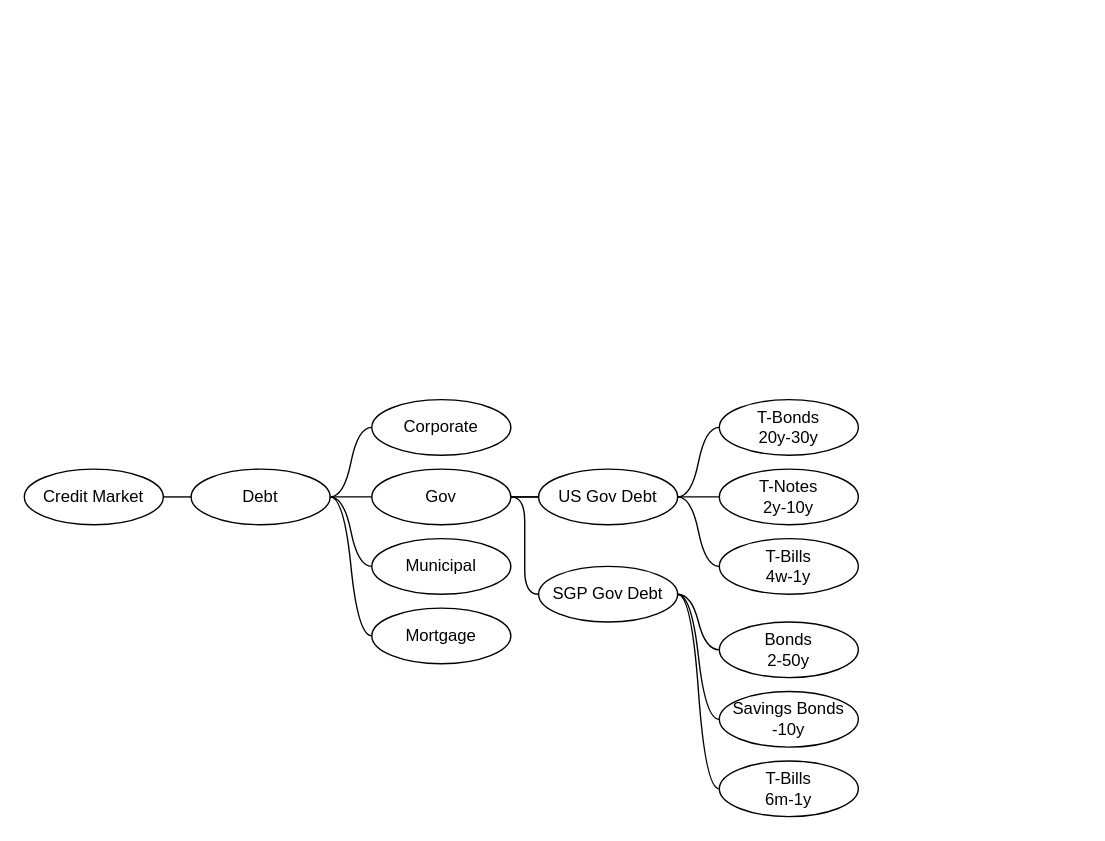
This is source/fe/EquityDerivatives.drawio from haymant/quanotes, a draw.io file, before an edit. Source tidied: cells renumbered, new cells numbered last; positions are measured from the earlier drawing's top-left corner, leaving out a move shared by most shapes. Both pictures are drawn from the tidied source at 139%, with x=0, y=0 at pixel (24, 399).
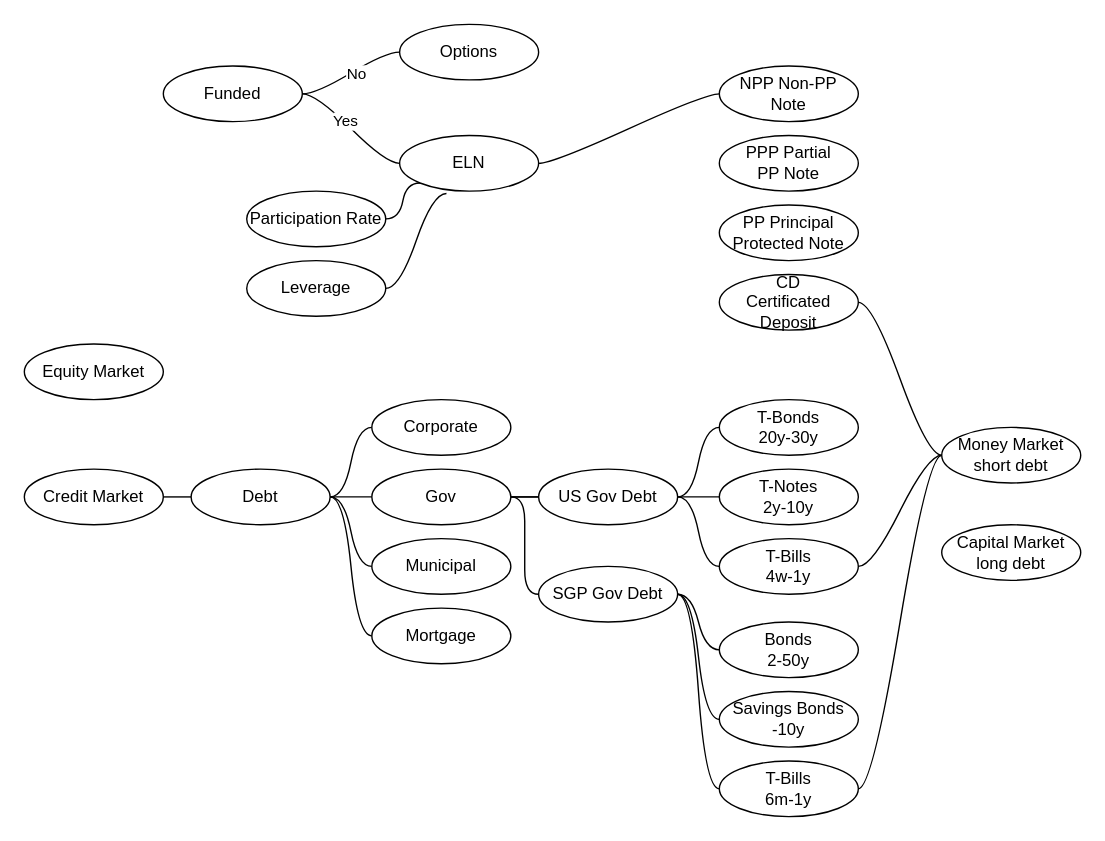
Above is the later version.

The change refers to these unchanged cells:
```xml
<mxCell id="8" value="T-Bills&lt;br&gt;4w-1y" style="ellipse;whiteSpace=wrap;html=1;align=center;newEdgeStyle={&quot;edgeStyle&quot;:&quot;entityRelationEdgeStyle&quot;,&quot;startArrow&quot;:&quot;none&quot;,&quot;endArrow&quot;:&quot;none&quot;,&quot;segment&quot;:10,&quot;curved&quot;:1,&quot;sourcePerimeterSpacing&quot;:0,&quot;targetPerimeterSpacing&quot;:0};" parent="1" vertex="1">
  <mxGeometry x="500" y="100" width="100" height="40" as="geometry" />
</mxCell>
<mxCell id="29" value="T-Bills&lt;br&gt;6m-1y" style="ellipse;whiteSpace=wrap;html=1;align=center;newEdgeStyle={&quot;edgeStyle&quot;:&quot;entityRelationEdgeStyle&quot;,&quot;startArrow&quot;:&quot;none&quot;,&quot;endArrow&quot;:&quot;none&quot;,&quot;segment&quot;:10,&quot;curved&quot;:1,&quot;sourcePerimeterSpacing&quot;:0,&quot;targetPerimeterSpacing&quot;:0};" parent="1" vertex="1">
  <mxGeometry x="500" y="260" width="100" height="40" as="geometry" />
</mxCell>
```

Diff of the diagram source:
```diff
@@
+    <mxCell id="30" value="Equity Market" style="ellipse;whiteSpace=wrap;html=1;align=center;newEdgeStyle={&quot;edgeStyle&quot;:&quot;entityRelationEdgeStyle&quot;,&quot;startArrow&quot;:&quot;none&quot;,&quot;endArrow&quot;:&quot;none&quot;,&quot;segment&quot;:10,&quot;curved&quot;:1,&quot;sourcePerimeterSpacing&quot;:0,&quot;targetPerimeterSpacing&quot;:0};" parent="1" vertex="1">
+      <mxGeometry y="-40" width="100" height="40" as="geometry" />
+    </mxCell>
+    <mxCell id="31" style="edgeStyle=entityRelationEdgeStyle;rounded=0;jettySize=auto;html=1;startArrow=none;endArrow=none;segment=10;curved=1;sourcePerimeterSpacing=0;targetPerimeterSpacing=0;entryX=1;entryY=0.5;entryDx=0;entryDy=0;" parent="1" edge="1" source="34" target="8">
+      <mxGeometry relative="1" as="geometry" />
+    </mxCell>
+    <mxCell id="32" style="edgeStyle=entityRelationEdgeStyle;rounded=0;jettySize=auto;html=1;startArrow=none;endArrow=none;segment=10;curved=1;sourcePerimeterSpacing=0;targetPerimeterSpacing=0;entryX=1;entryY=0.5;entryDx=0;entryDy=0;" parent="1" edge="1" source="34" target="29">
+      <mxGeometry relative="1" as="geometry" />
+    </mxCell>
+    <mxCell id="33" style="edgeStyle=entityRelationEdgeStyle;rounded=0;jettySize=auto;html=1;startArrow=none;endArrow=none;segment=10;curved=1;sourcePerimeterSpacing=0;targetPerimeterSpacing=0;" parent="1" edge="1" source="34" target="36">
+      <mxGeometry relative="1" as="geometry" />
+    </mxCell>
+    <mxCell id="34" value="Money Market&lt;br&gt;short debt" style="ellipse;whiteSpace=wrap;html=1;align=center;newEdgeStyle={&quot;edgeStyle&quot;:&quot;entityRelationEdgeStyle&quot;,&quot;startArrow&quot;:&quot;none&quot;,&quot;endArrow&quot;:&quot;none&quot;,&quot;segment&quot;:10,&quot;curved&quot;:1,&quot;sourcePerimeterSpacing&quot;:0,&quot;targetPerimeterSpacing&quot;:0};" parent="1" vertex="1">
+      <mxGeometry x="660" y="20" width="100" height="40" as="geometry" />
+    </mxCell>
+    <mxCell id="35" value="Capital Market&lt;br&gt;long debt" style="ellipse;whiteSpace=wrap;html=1;align=center;newEdgeStyle={&quot;edgeStyle&quot;:&quot;entityRelationEdgeStyle&quot;,&quot;startArrow&quot;:&quot;none&quot;,&quot;endArrow&quot;:&quot;none&quot;,&quot;segment&quot;:10,&quot;curved&quot;:1,&quot;sourcePerimeterSpacing&quot;:0,&quot;targetPerimeterSpacing&quot;:0};" parent="1" vertex="1">
+      <mxGeometry x="660" y="90" width="100" height="40" as="geometry" />
+    </mxCell>
+    <mxCell id="36" value="CD&lt;br&gt;Certificated Deposit" style="ellipse;whiteSpace=wrap;html=1;align=center;newEdgeStyle={&quot;edgeStyle&quot;:&quot;entityRelationEdgeStyle&quot;,&quot;startArrow&quot;:&quot;none&quot;,&quot;endArrow&quot;:&quot;none&quot;,&quot;segment&quot;:10,&quot;curved&quot;:1,&quot;sourcePerimeterSpacing&quot;:0,&quot;targetPerimeterSpacing&quot;:0};" parent="1" vertex="1">
+      <mxGeometry x="500" y="-90" width="100" height="40" as="geometry" />
+    </mxCell>
+    <mxCell id="37" value="PP Principal Protected Note" style="ellipse;whiteSpace=wrap;html=1;align=center;newEdgeStyle={&quot;edgeStyle&quot;:&quot;entityRelationEdgeStyle&quot;,&quot;startArrow&quot;:&quot;none&quot;,&quot;endArrow&quot;:&quot;none&quot;,&quot;segment&quot;:10,&quot;curved&quot;:1,&quot;sourcePerimeterSpacing&quot;:0,&quot;targetPerimeterSpacing&quot;:0};" parent="1" vertex="1">
+      <mxGeometry x="500" y="-140" width="100" height="40" as="geometry" />
+    </mxCell>
+    <mxCell id="38" value="PPP Partial&lt;br&gt;PP Note" style="ellipse;whiteSpace=wrap;html=1;align=center;newEdgeStyle={&quot;edgeStyle&quot;:&quot;entityRelationEdgeStyle&quot;,&quot;startArrow&quot;:&quot;none&quot;,&quot;endArrow&quot;:&quot;none&quot;,&quot;segment&quot;:10,&quot;curved&quot;:1,&quot;sourcePerimeterSpacing&quot;:0,&quot;targetPerimeterSpacing&quot;:0};" parent="1" vertex="1">
+      <mxGeometry x="500" y="-190" width="100" height="40" as="geometry" />
+    </mxCell>
+    <mxCell id="39" style="edgeStyle=entityRelationEdgeStyle;rounded=0;jettySize=auto;html=1;startArrow=none;endArrow=none;segment=10;curved=1;sourcePerimeterSpacing=0;targetPerimeterSpacing=0;" parent="1" edge="1" source="40" target="41">
+      <mxGeometry relative="1" as="geometry" />
+    </mxCell>
+    <mxCell id="40" value="NPP Non-PP Note" style="ellipse;whiteSpace=wrap;html=1;align=center;newEdgeStyle={&quot;edgeStyle&quot;:&quot;entityRelationEdgeStyle&quot;,&quot;startArrow&quot;:&quot;none&quot;,&quot;endArrow&quot;:&quot;none&quot;,&quot;segment&quot;:10,&quot;curved&quot;:1,&quot;sourcePerimeterSpacing&quot;:0,&quot;targetPerimeterSpacing&quot;:0};" parent="1" vertex="1">
+      <mxGeometry x="500" y="-240" width="100" height="40" as="geometry" />
+    </mxCell>
+    <mxCell id="41" value="ELN" style="ellipse;whiteSpace=wrap;html=1;align=center;newEdgeStyle={&quot;edgeStyle&quot;:&quot;entityRelationEdgeStyle&quot;,&quot;startArrow&quot;:&quot;none&quot;,&quot;endArrow&quot;:&quot;none&quot;,&quot;segment&quot;:10,&quot;curved&quot;:1,&quot;sourcePerimeterSpacing&quot;:0,&quot;targetPerimeterSpacing&quot;:0};" parent="1" vertex="1">
+      <mxGeometry x="270" y="-190" width="100" height="40" as="geometry" />
+    </mxCell>
+    <mxCell id="42" style="edgeStyle=entityRelationEdgeStyle;rounded=0;jettySize=auto;html=1;startArrow=none;endArrow=none;segment=10;curved=1;sourcePerimeterSpacing=0;targetPerimeterSpacing=0;entryX=0;entryY=1;entryDx=0;entryDy=0;" parent="1" edge="1" source="43" target="41">
+      <mxGeometry relative="1" as="geometry" />
+    </mxCell>
+    <mxCell id="43" value="Participation Rate" style="ellipse;whiteSpace=wrap;html=1;align=center;newEdgeStyle={&quot;edgeStyle&quot;:&quot;entityRelationEdgeStyle&quot;,&quot;startArrow&quot;:&quot;none&quot;,&quot;endArrow&quot;:&quot;none&quot;,&quot;segment&quot;:10,&quot;curved&quot;:1,&quot;sourcePerimeterSpacing&quot;:0,&quot;targetPerimeterSpacing&quot;:0};" parent="1" vertex="1">
+      <mxGeometry x="160" y="-150" width="100" height="40" as="geometry" />
+    </mxCell>
+    <mxCell id="44" style="edgeStyle=entityRelationEdgeStyle;rounded=0;jettySize=auto;html=1;startArrow=none;endArrow=none;segment=10;curved=1;sourcePerimeterSpacing=0;targetPerimeterSpacing=0;entryX=0.337;entryY=1.042;entryDx=0;entryDy=0;entryPerimeter=0;" parent="1" edge="1" source="45" target="41">
+      <mxGeometry relative="1" as="geometry" />
+    </mxCell>
+    <mxCell id="45" value="Leverage" style="ellipse;whiteSpace=wrap;html=1;align=center;newEdgeStyle={&quot;edgeStyle&quot;:&quot;entityRelationEdgeStyle&quot;,&quot;startArrow&quot;:&quot;none&quot;,&quot;endArrow&quot;:&quot;none&quot;,&quot;segment&quot;:10,&quot;curved&quot;:1,&quot;sourcePerimeterSpacing&quot;:0,&quot;targetPerimeterSpacing&quot;:0};" parent="1" vertex="1">
+      <mxGeometry x="160" y="-100" width="100" height="40" as="geometry" />
+    </mxCell>
+    <mxCell id="46" value="Options" style="ellipse;whiteSpace=wrap;html=1;align=center;newEdgeStyle={&quot;edgeStyle&quot;:&quot;entityRelationEdgeStyle&quot;,&quot;startArrow&quot;:&quot;none&quot;,&quot;endArrow&quot;:&quot;none&quot;,&quot;segment&quot;:10,&quot;curved&quot;:1,&quot;sourcePerimeterSpacing&quot;:0,&quot;targetPerimeterSpacing&quot;:0};" parent="1" vertex="1">
+      <mxGeometry x="270" y="-270" width="100" height="40" as="geometry" />
+    </mxCell>
+    <mxCell id="47" style="edgeStyle=entityRelationEdgeStyle;rounded=0;jettySize=auto;html=1;startArrow=none;endArrow=none;segment=10;curved=1;sourcePerimeterSpacing=0;targetPerimeterSpacing=0;entryX=0;entryY=0.5;entryDx=0;entryDy=0;" parent="1" edge="1" source="51" target="41">
+      <mxGeometry relative="1" as="geometry" />
+    </mxCell>
+    <mxCell id="48" value="Yes" style="edgeLabel;html=1;align=center;verticalAlign=middle;" parent="47" vertex="1">
+      <mxGeometry x="-0.15" y="1" relative="1" as="geometry">
+        <mxPoint x="-1" as="offset" />
+      </mxGeometry>
+    </mxCell>
+    <mxCell id="49" style="edgeStyle=entityRelationEdgeStyle;rounded=0;jettySize=auto;html=1;startArrow=none;endArrow=none;segment=10;curved=1;sourcePerimeterSpacing=0;targetPerimeterSpacing=0;entryX=0;entryY=0.5;entryDx=0;entryDy=0;" parent="1" edge="1" source="51" target="46">
+      <mxGeometry relative="1" as="geometry" />
+    </mxCell>
+    <mxCell id="50" value="No" style="edgeLabel;html=1;align=center;verticalAlign=middle;" parent="49" vertex="1">
+      <mxGeometry x="0.07" y="-2" relative="1" as="geometry" />
+    </mxCell>
+    <mxCell id="51" value="Funded" style="ellipse;whiteSpace=wrap;html=1;align=center;newEdgeStyle={&quot;edgeStyle&quot;:&quot;entityRelationEdgeStyle&quot;,&quot;startArrow&quot;:&quot;none&quot;,&quot;endArrow&quot;:&quot;none&quot;,&quot;segment&quot;:10,&quot;curved&quot;:1,&quot;sourcePerimeterSpacing&quot;:0,&quot;targetPerimeterSpacing&quot;:0};" parent="1" vertex="1">
+      <mxGeometry x="100" y="-240" width="100" height="40" as="geometry" />
+    </mxCell>
```
